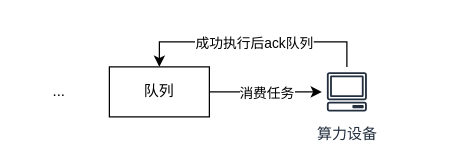
Before: page "第 2 页" (2 of 2) of workflow.drawio in foreignbill/drawio, a draw.io diagram. Source tidied: cells renumbered, new cells numbered last; positions are measured from the earlier drawing's top-left corner, leaving out a move shared by most shapes. Both pictures are drawn from the tidied source at 125%, with x=0, y=0 at pixel (21, 66).
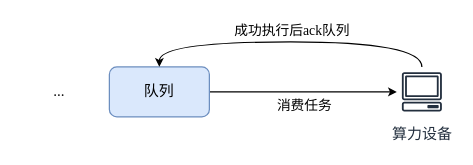
Above is the later version.

The edit, as a diff of the source:
```diff
@@
 <mxGraphModel>
   <root>
     <mxCell id="0" />
     <mxCell id="1" parent="0" />
-    <mxCell id="2" style="edgeStyle=orthogonalEdgeStyle;rounded=0;jettySize=auto;html=1;exitX=1;exitY=0.5;exitDx=0;exitDy=0;" parent="1" edge="1" source="4" target="7">
+    <mxCell id="2" style="edgeStyle=orthogonalEdgeStyle;rounded=0;jettySize=auto;html=1;exitX=1;exitY=0.5;exitDx=0;exitDy=0;fontFamily=Times New Roman;endSize=4;startSize=4;curved=1;" parent="1" edge="1" source="4" target="7">
       <mxGeometry relative="1" as="geometry" />
     </mxCell>
-    <mxCell id="3" value="消费任务" style="edgeLabel;html=1;align=center;verticalAlign=middle;" parent="2" vertex="1">
-      <mxGeometry relative="1" as="geometry" />
+    <mxCell id="3" value="消费任务" style="edgeLabel;html=1;align=center;verticalAlign=middle;fontFamily=Times New Roman;" parent="2" vertex="1">
+      <mxGeometry relative="1" as="geometry">
+        <mxPoint y="10" as="offset" />
+      </mxGeometry>
     </mxCell>
-    <mxCell id="4" value="队列" style="rounded=0;whiteSpace=wrap;html=1;" parent="1" vertex="1">
+    <mxCell id="4" value="队列" style="rounded=1;whiteSpace=wrap;html=1;fontFamily=Times New Roman;fillColor=#dae8fc;strokeColor=#6c8ebf;" parent="1" vertex="1">
       <mxGeometry x="70" width="80" height="40" as="geometry" />
     </mxCell>
-    <mxCell id="5" style="edgeStyle=orthogonalEdgeStyle;rounded=0;jettySize=auto;html=1;exitX=0.5;exitY=0;exitDx=0;exitDy=0;exitPerimeter=0;entryX=0.5;entryY=0;entryDx=0;entryDy=0;" parent="1" edge="1" source="7" target="4">
+    <mxCell id="5" style="edgeStyle=orthogonalEdgeStyle;rounded=0;jettySize=auto;html=1;exitX=0.5;exitY=0;exitDx=0;exitDy=0;exitPerimeter=0;entryX=0.5;entryY=0;entryDx=0;entryDy=0;fontFamily=Times New Roman;curved=1;endSize=4;startSize=4;" parent="1" edge="1" source="7" target="4">
       <mxGeometry relative="1" as="geometry" />
     </mxCell>
-    <mxCell id="6" value="成功执行后ack队列" style="edgeLabel;html=1;align=center;verticalAlign=middle;" parent="5" vertex="1">
-      <mxGeometry relative="1" as="geometry" />
+    <mxCell id="6" value="成功执行后ack队列" style="edgeLabel;html=1;align=center;verticalAlign=middle;fontFamily=Times New Roman;" parent="5" vertex="1">
+      <mxGeometry relative="1" as="geometry">
+        <mxPoint y="-10" as="offset" />
+      </mxGeometry>
     </mxCell>
-    <mxCell id="7" value="算力设备" style="sketch=0;outlineConnect=0;fontColor=#232F3E;gradientColor=none;strokeColor=#232F3E;fillColor=#ffffff;dashed=0;verticalLabelPosition=bottom;verticalAlign=top;align=center;html=1;fontSize=12;fontStyle=0;shape=mxgraph.aws4.resourceIcon;resIcon=mxgraph.aws4.client;points=[[0,0.5,0,0,0],[0.5,0,0,0,0]];" parent="1" vertex="1">
-      <mxGeometry x="240" width="40" height="40" as="geometry" />
+    <mxCell id="7" value="算力设备" style="sketch=0;outlineConnect=0;fontColor=#232F3E;gradientColor=none;strokeColor=#232F3E;fillColor=#ffffff;dashed=0;verticalLabelPosition=bottom;verticalAlign=top;align=center;html=1;fontSize=12;fontStyle=0;shape=mxgraph.aws4.resourceIcon;resIcon=mxgraph.aws4.client;points=[[0,0.5,0,0,0],[0.5,0,0,0,0]];fontFamily=Times New Roman;" parent="1" vertex="1">
+      <mxGeometry x="300" width="40" height="40" as="geometry" />
     </mxCell>
-    <mxCell id="8" value="..." style="text;html=1;strokeColor=none;fillColor=none;align=center;verticalAlign=middle;whiteSpace=wrap;rounded=0;" parent="1" vertex="1">
+    <mxCell id="8" value="..." style="text;html=1;strokeColor=none;fillColor=none;align=center;verticalAlign=middle;whiteSpace=wrap;rounded=0;fontFamily=Times New Roman;" parent="1" vertex="1">
       <mxGeometry y="5" width="60" height="30" as="geometry" />
     </mxCell>
   </root>
 </mxGraphModel>
```
